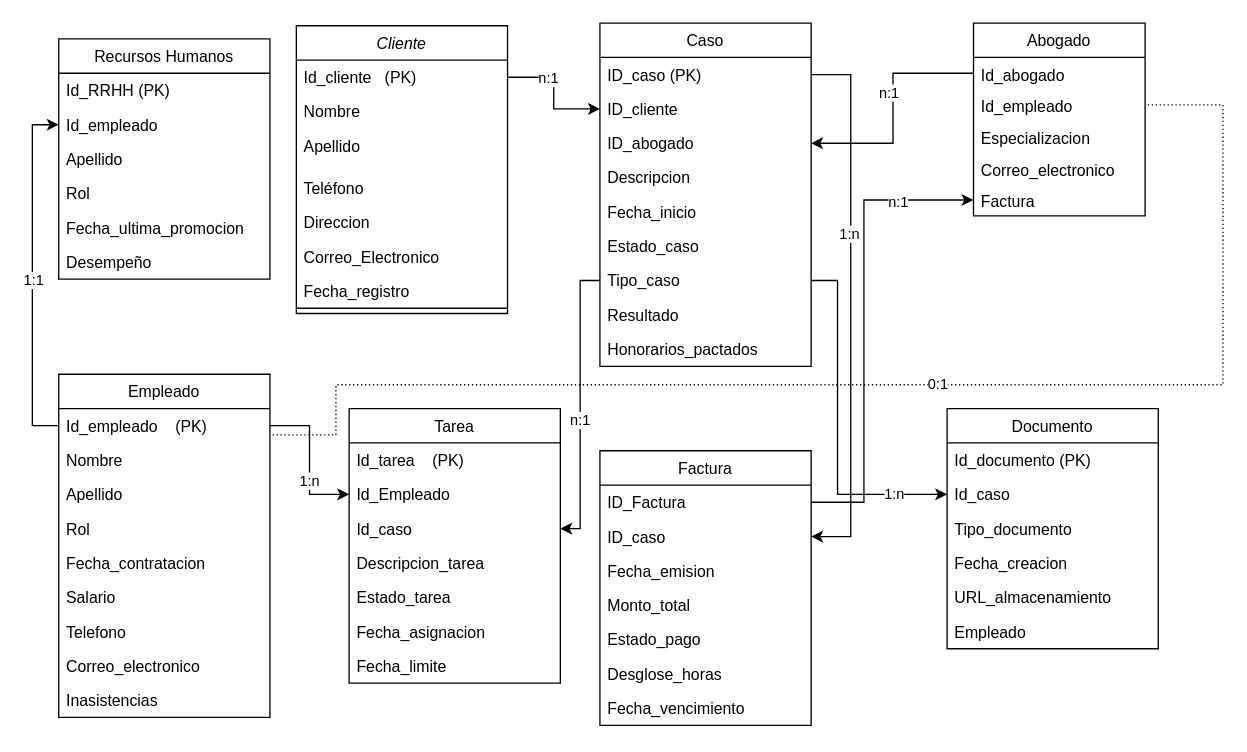
Earlier version of the draw.io diagram AS tp.drawio (Saturno0/Cole_5_2). Source tidied: cells renumbered, new cells numbered last; positions are measured from the earlier drawing's top-left corner, leaving out a move shared by most shapes. Both pictures are drawn from the tidied source at 132%, with x=0, y=0 at pixel (58, 22).
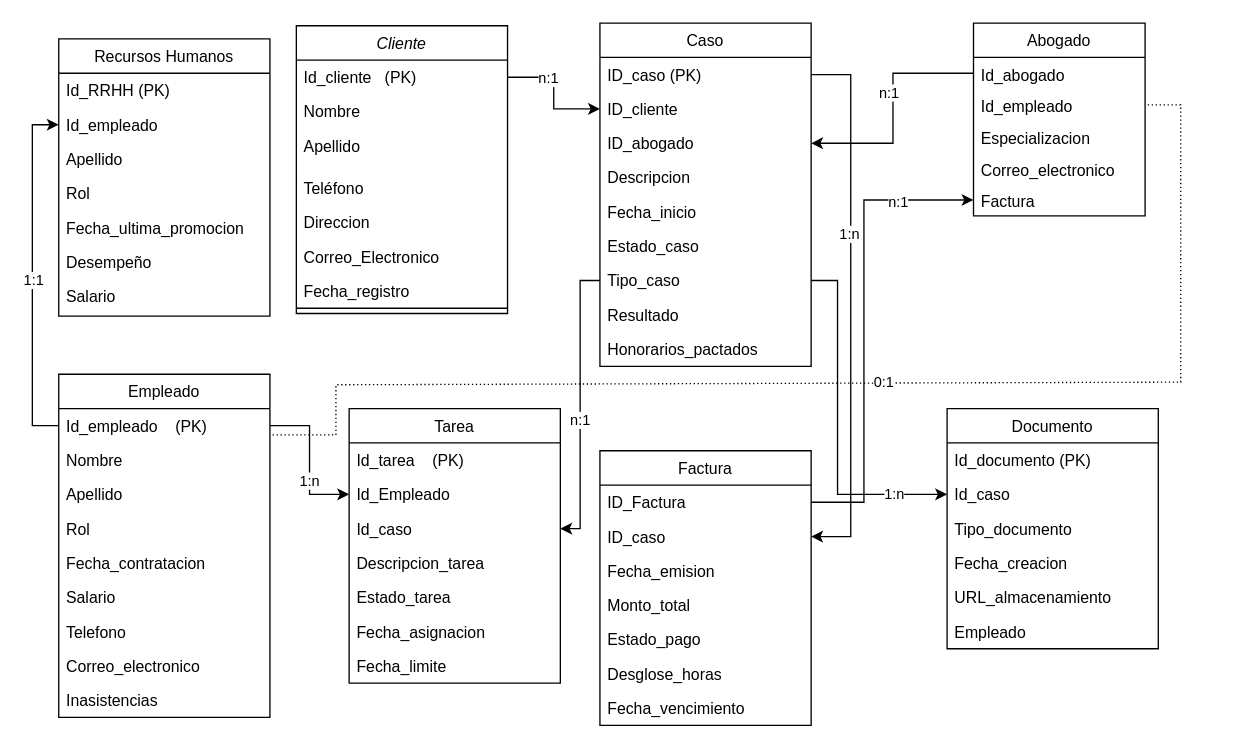
After the change.

Unchanged cells that the change refers to:
```xml
<mxCell id="21" value="Id_empleado" style="text;align=left;verticalAlign=top;spacingLeft=4;spacingRight=4;overflow=hidden;points=[[0,0.5],[1,0.5]];portConstraint=eastwest;" parent="19" vertex="1">
  <mxGeometry y="50" width="130" height="24" as="geometry" />
</mxCell>
```

Change to the diagram source:
```diff
@@
     <mxCell id="75" style="endArrow=none;html=1;rounded=0;dashed=1;dashPattern=1 2;exitX=1;exitY=0.5;exitDx=0;exitDy=0;entryX=1;entryY=0.5;entryDx=0;entryDy=0;" parent="1" edge="1" target="21">
       <mxGeometry relative="1" as="geometry">
         <mxPoint x="162" y="312" as="sourcePoint" />
         <Array as="points">
           <mxPoint x="210" y="312" />
           <mxPoint x="210" y="274" />
-          <mxPoint x="882" y="274" />
-          <mxPoint x="882" y="62" />
+          <mxPoint x="850" y="272" />
+          <mxPoint x="850" y="172" />
+          <mxPoint x="850" y="62" />
         </Array>
       </mxGeometry>
     </mxCell>
@@
     <mxCell id="78" value="Recursos Humanos" style="swimlane;fontStyle=0;align=center;verticalAlign=top;horizontal=1;startSize=26;rounded=0;shadow=0;strokeWidth=1;" parent="1" vertex="1">
-      <mxGeometry y="12" width="160" height="182" as="geometry" />
+      <mxGeometry y="12" width="160" height="210" as="geometry" />
     </mxCell>
@@
+    <mxCell id="87" value="Salario" style="text;align=left;verticalAlign=top;spacingLeft=4;spacingRight=4;overflow=hidden;" parent="78" vertex="1">
+      <mxGeometry y="182" width="160" height="26" as="geometry" />
+    </mxCell>
```
